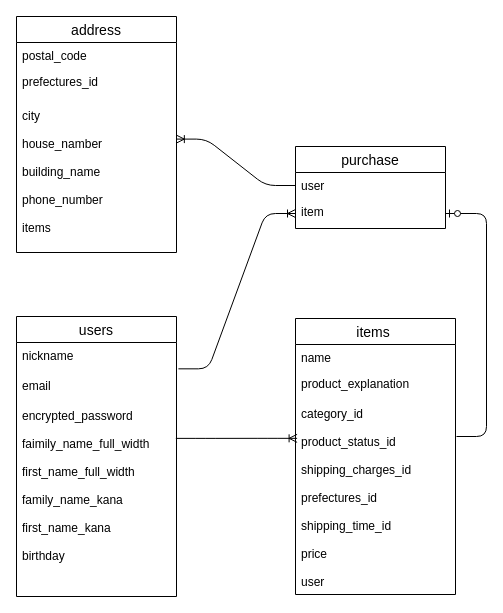
Before: app/views/.dio in kuroitomu/furima-35604, a draw.io diagram. Source tidied: cells renumbered, new cells numbered last; positions are measured from the earlier drawing's top-left corner, leaving out a move shared by most shapes. Both pictures are drawn from the tidied source at 100%, with x=0, y=0 at pixel (16, 16).
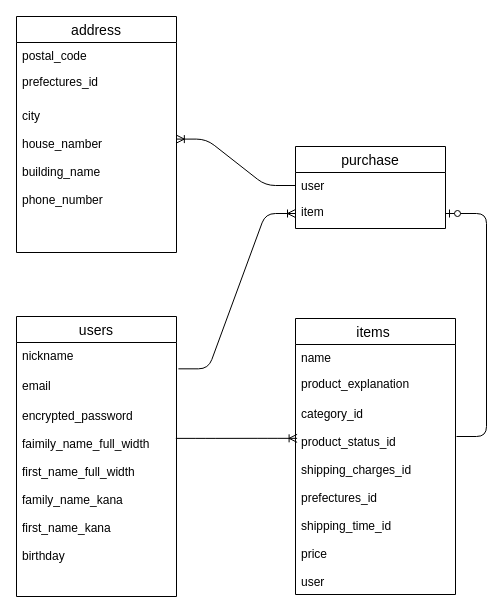
Above is the later version.

Unchanged cells that the change refers to:
```xml
<mxCell id="16" value="address" style="swimlane;fontStyle=0;horizontal=1;startSize=26;align=center;fontSize=14;" parent="1" vertex="1">
  <mxGeometry width="160" height="236" as="geometry" />
</mxCell>
```

What changed in the source:
```diff
@@
-    <mxCell id="19" value="city&#10;&#10;house_namber&#10;&#10;building_name&#10;&#10;phone_number&#10;&#10;items" style="text;strokeColor=none;fillColor=none;spacingLeft=4;spacingRight=4;overflow=hidden;points=[[0,0.5],[1,0.5]];portConstraint=eastwest;fontSize=12;" parent="16" vertex="1">
+    <mxCell id="19" value="city&#10;&#10;house_namber&#10;&#10;building_name&#10;&#10;phone_number&#10;&#10;" style="text;strokeColor=none;fillColor=none;spacingLeft=4;spacingRight=4;overflow=hidden;points=[[0,0.5],[1,0.5]];portConstraint=eastwest;fontSize=12;" parent="16" vertex="1">
       <mxGeometry y="86" width="160" height="150" as="geometry" />
     </mxCell>
```
